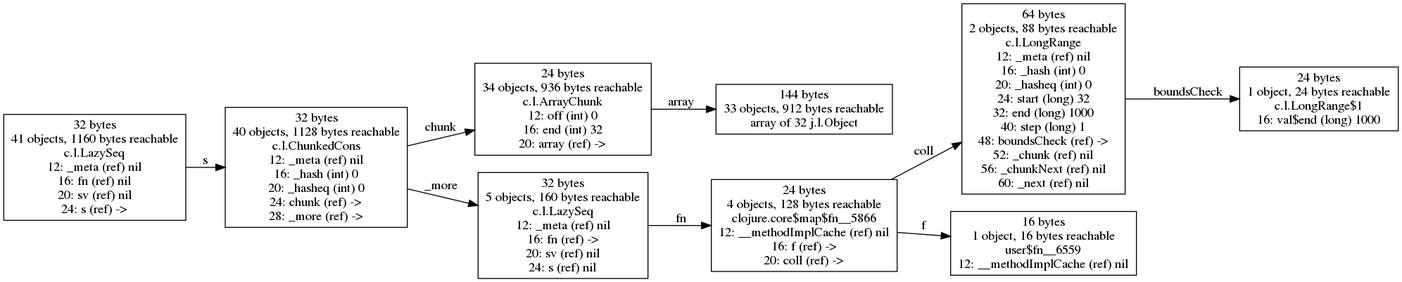
Above: doc/images/chunked-seq-realized1-no-longs.png in jafingerhut/cljol (Graphviz), before the change. Its source is kept beside it as doc/images/chunked-seq-realized1-no-longs.dot. The source it was exported from:
```dot
digraph {
graph [layout=dot,rankdir=LR];
"32315478592" [label="24 bytes
1 object, 24 bytes reachable
c.l.LongRange$1
16: val$end (long) 1000",shape=box];
"32321159296" [label="32 bytes
40 objects, 1128 bytes reachable
c.l.ChunkedCons
12: _meta (ref) nil
16: _hash (int) 0
20: _hasheq (int) 0
24: chunk (ref) ->
28: _more (ref) ->",shape=box];
"32321158656" [label="24 bytes
34 objects, 936 bytes reachable
c.l.ArrayChunk
12: off (int) 0
16: end (int) 32
20: array (ref) ->",shape=box];
"32320856384" [label="144 bytes
33 objects, 912 bytes reachable
array of 32 j.l.Object
",shape=box];
"32320855424" [label="64 bytes
2 objects, 88 bytes reachable
c.l.LongRange
12: _meta (ref) nil
16: _hash (int) 0
20: _hasheq (int) 0
24: start (long) 32
32: end (long) 1000
40: step (long) 1
48: boundsCheck (ref) ->
52: _chunk (ref) nil
56: _chunkNext (ref) nil
60: _next (ref) nil",shape=box];
"32315480576" [label="32 bytes
41 objects, 1160 bytes reachable
c.l.LazySeq
12: _meta (ref) nil
16: fn (ref) nil
20: sv (ref) nil
24: s (ref) ->",shape=box];
"32321159104" [label="24 bytes
4 objects, 128 bytes reachable
clojure.core$map$fn__5866
12: __methodImplCache (ref) nil
16: f (ref) ->
20: coll (ref) ->",shape=box];
"32315476608" [label="16 bytes
1 object, 16 bytes reachable
user$fn__6559
12: __methodImplCache (ref) nil",shape=box];
"32321158848" [label="32 bytes
5 objects, 160 bytes reachable
c.l.LazySeq
12: _meta (ref) nil
16: fn (ref) ->
20: sv (ref) nil
24: s (ref) nil",shape=box];
"32321159296" -> "32321158656" ["field-name"=chunk,label=chunk];
"32321159296" -> "32321158848" ["field-name"=_more,label=_more];
"32321158656" -> "32320856384" ["field-name"=array,label=array];
"32320855424" -> "32315478592" ["field-name"=boundsCheck,label=boundsCheck];
"32315480576" -> "32321159296" ["field-name"=s,label=s];
"32321159104" -> "32315476608" ["field-name"=f,label=f];
"32321159104" -> "32320855424" ["field-name"=coll,label=coll];
"32321158848" -> "32321159104" ["field-name"=fn,label=fn];
}
```
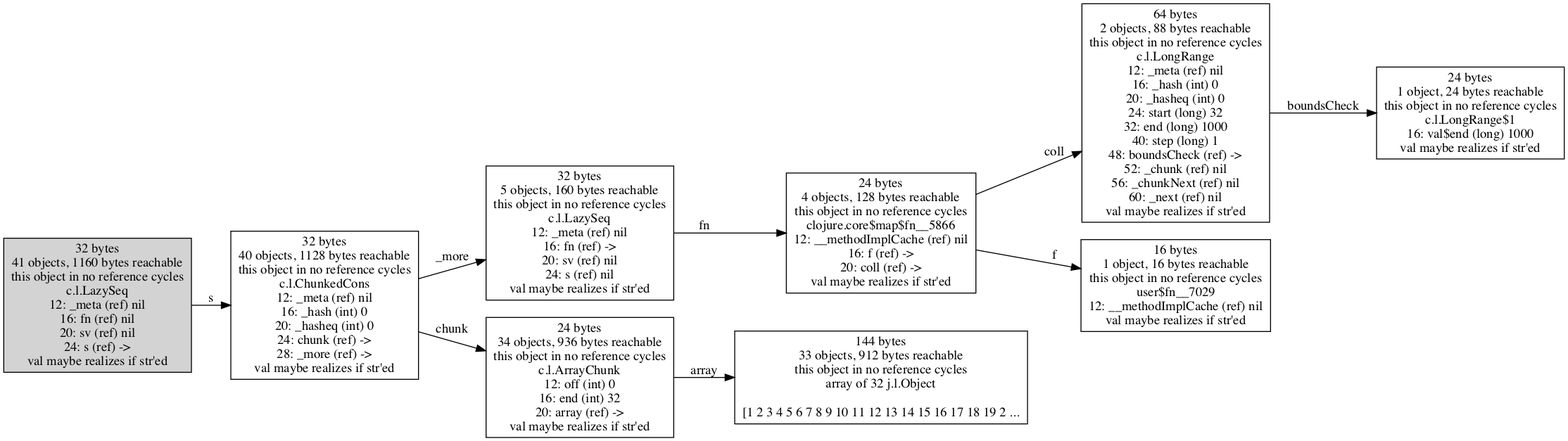
Above is the later version.

Diff of the diagram source:
```diff
@@ -1,29 +1,18 @@
 digraph {
 graph [layout=dot,rankdir=LR];
-"32315478592" [label="24 bytes
-1 object, 24 bytes reachable
-c.l.LongRange$1
-16: val$end (long) 1000",shape=box];
-"32321159296" [label="32 bytes
+"31898530784" ["scc-num-nodes"=1,label="32 bytes
 40 objects, 1128 bytes reachable
+this object in no reference cycles
 c.l.ChunkedCons
 12: _meta (ref) nil
 16: _hash (int) 0
 20: _hasheq (int) 0
 24: chunk (ref) ->
-28: _more (ref) ->",shape=box];
-"32321158656" [label="24 bytes
-34 objects, 936 bytes reachable
-c.l.ArrayChunk
-12: off (int) 0
-16: end (int) 32
-20: array (ref) ->",shape=box];
-"32320856384" [label="144 bytes
-33 objects, 912 bytes reachable
-array of 32 j.l.Object
-",shape=box];
-"32320855424" [label="64 bytes
+28: _more (ref) ->
+val maybe realizes if str'ed",shape=box];
+"31898491264" ["scc-num-nodes"=1,label="64 bytes
 2 objects, 88 bytes reachable
+this object in no reference cycles
 c.l.LongRange
 12: _meta (ref) nil
 16: _hash (int) 0
@@ -34,37 +23,66 @@
 48: boundsCheck (ref) ->
 52: _chunk (ref) nil
 56: _chunkNext (ref) nil
-60: _next (ref) nil",shape=box];
-"32315480576" [label="32 bytes
+60: _next (ref) nil
+val maybe realizes if str'ed",shape=box];
+"31896926152" ["scc-num-nodes"=1,label="16 bytes
+1 object, 16 bytes reachable
+this object in no reference cycles
+user$fn__7029
+12: __methodImplCache (ref) nil
+val maybe realizes if str'ed",shape=box];
+"31898530728" ["scc-num-nodes"=1,label="32 bytes
+5 objects, 160 bytes reachable
+this object in no reference cycles
+c.l.LazySeq
+12: _meta (ref) nil
+16: fn (ref) ->
+20: sv (ref) nil
+24: s (ref) nil
+val maybe realizes if str'ed",shape=box];
+"31898491384" ["scc-num-nodes"=1,label="144 bytes
+33 objects, 912 bytes reachable
+this object in no reference cycles
+array of 32 j.l.Object
+
+[1 2 3 4 5 6 7 8 9 10 11 12 13 14 15 16 17 18 19 2 ...",shape=box];
+"31896926648" ["scc-num-nodes"=1,style=filled,label="32 bytes
 41 objects, 1160 bytes reachable
+this object in no reference cycles
 c.l.LazySeq
 12: _meta (ref) nil
 16: fn (ref) nil
 20: sv (ref) nil
-24: s (ref) ->",shape=box];
-"32321159104" [label="24 bytes
+24: s (ref) ->
+val maybe realizes if str'ed",shape=box];
+"31896926400" ["scc-num-nodes"=1,label="24 bytes
+1 object, 24 bytes reachable
+this object in no reference cycles
+c.l.LongRange$1
+16: val$end (long) 1000
+val maybe realizes if str'ed",shape=box];
+"31898530760" ["scc-num-nodes"=1,label="24 bytes
 4 objects, 128 bytes reachable
+this object in no reference cycles
 clojure.core$map$fn__5866
 12: __methodImplCache (ref) nil
 16: f (ref) ->
-20: coll (ref) ->",shape=box];
-"32315476608" [label="16 bytes
-1 object, 16 bytes reachable
-user$fn__6559
-12: __methodImplCache (ref) nil",shape=box];
-"32321158848" [label="32 bytes
-5 objects, 160 bytes reachable
-c.l.LazySeq
-12: _meta (ref) nil
-16: fn (ref) ->
-20: sv (ref) nil
-24: s (ref) nil",shape=box];
-"32321159296" -> "32321158656" ["field-name"=chunk,label=chunk];
-"32321159296" -> "32321158848" ["field-name"=_more,label=_more];
-"32321158656" -> "32320856384" ["field-name"=array,label=array];
-"32320855424" -> "32315478592" ["field-name"=boundsCheck,label=boundsCheck];
-"32315480576" -> "32321159296" ["field-name"=s,label=s];
-"32321159104" -> "32315476608" ["field-name"=f,label=f];
-"32321159104" -> "32320855424" ["field-name"=coll,label=coll];
-"32321158848" -> "32321159104" ["field-name"=fn,label=fn];
+20: coll (ref) ->
+val maybe realizes if str'ed",shape=box];
+"31898530704" ["scc-num-nodes"=1,label="24 bytes
+34 objects, 936 bytes reachable
+this object in no reference cycles
+c.l.ArrayChunk
+12: off (int) 0
+16: end (int) 32
+20: array (ref) ->
+val maybe realizes if str'ed",shape=box];
+"31898530784" -> "31898530704" ["field-name"=chunk,label=chunk];
+"31898530784" -> "31898530728" ["field-name"=_more,label=_more];
+"31898491264" -> "31896926400" ["field-name"=boundsCheck,label=boundsCheck];
+"31898530728" -> "31898530760" ["field-name"=fn,label=fn];
+"31896926648" -> "31898530784" ["field-name"=s,label=s];
+"31898530760" -> "31896926152" ["field-name"=f,label=f];
+"31898530760" -> "31898491264" ["field-name"=coll,label=coll];
+"31898530704" -> "31898491384" ["field-name"=array,label=array];
 }
```
